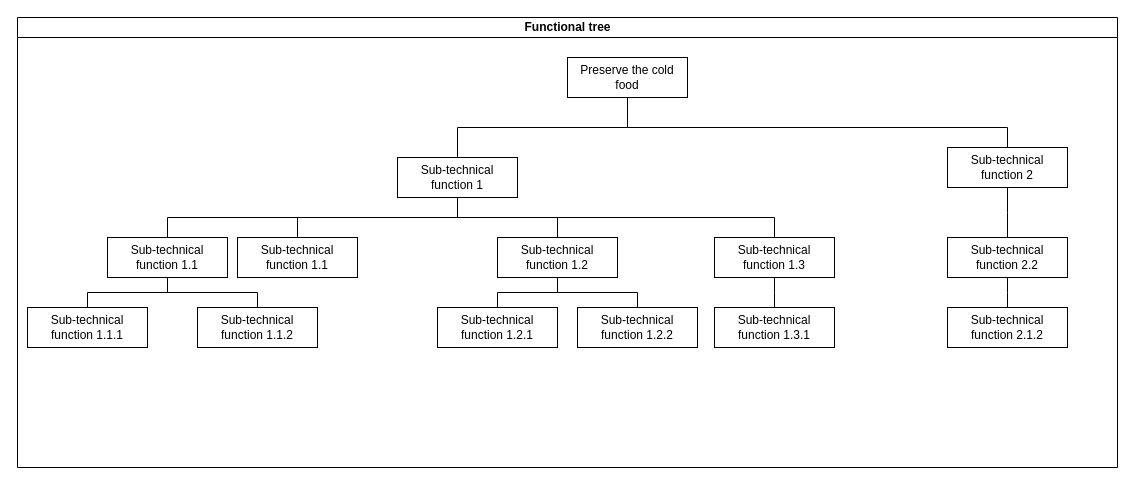
amerezoji1362/drawio-github keeps this draw.io diagram as Functional tree for template.drawio. Above is the earlier version. Source tidied: cells renumbered, new cells numbered last; positions are measured from the earlier drawing's top-left corner, leaving out a move shared by most shapes. Both pictures are drawn from the tidied source at 100%, with x=0, y=0 at pixel (17, 17).
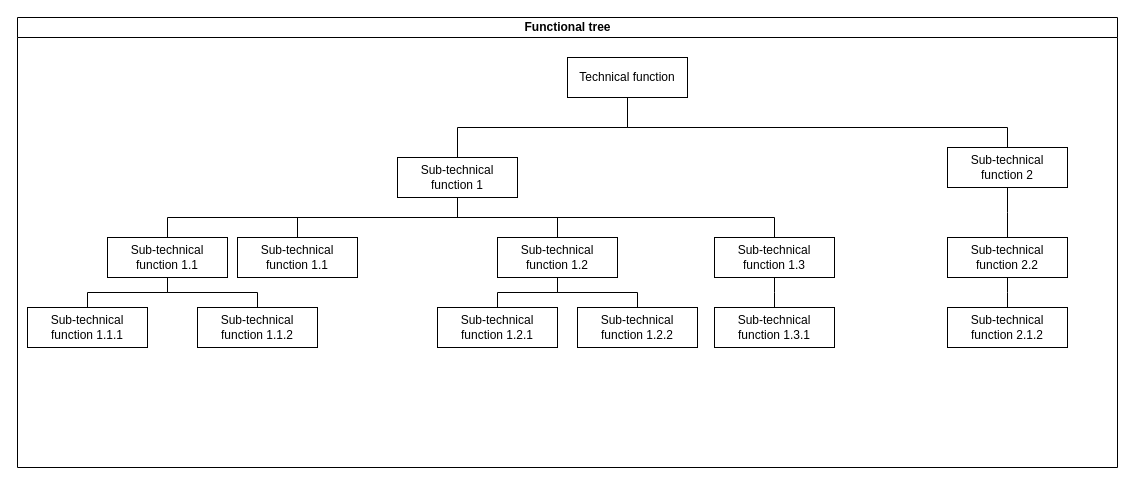
The same page after the edit.

The change refers to these unchanged cells:
```xml
<mxCell id="2" value="Functional tree" style="swimlane;html=1;startSize=20;horizontal=1;containerType=tree;" parent="1" vertex="1">
  <mxGeometry width="1100" height="450" as="geometry" />
</mxCell>
```

The edit, as a diff of the source:
```diff
@@
-    <mxCell id="4" value="Preserve the cold food" style="whiteSpace=wrap;html=1;newEdgeStyle={&quot;edgeStyle&quot;:&quot;elbowEdgeStyle&quot;,&quot;startArrow&quot;:&quot;none&quot;,&quot;endArrow&quot;:&quot;none&quot;};" parent="2" vertex="1">
+    <mxCell id="4" value="Technical function " style="whiteSpace=wrap;html=1;newEdgeStyle={&quot;edgeStyle&quot;:&quot;elbowEdgeStyle&quot;,&quot;startArrow&quot;:&quot;none&quot;,&quot;endArrow&quot;:&quot;none&quot;};" parent="2" vertex="1">
       <mxGeometry x="550" y="40" width="120" height="40" as="geometry" />
     </mxCell>
```
